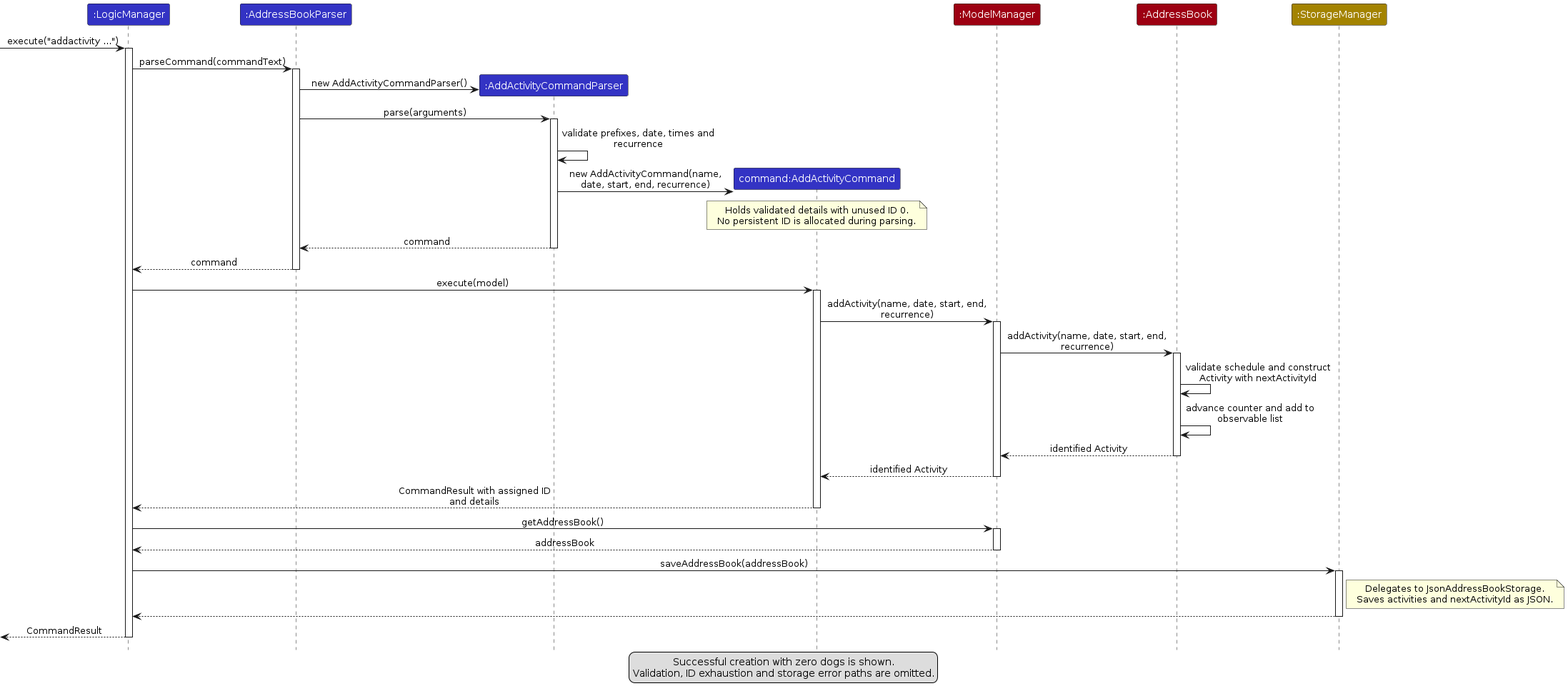
Earlier version of the PlantUML export diagrams/AddActivitySequenceDiagram.png (AY2627S1-CS2103T-T15-4/tp). Its source is kept beside it as diagrams/AddActivitySequenceDiagram.puml.
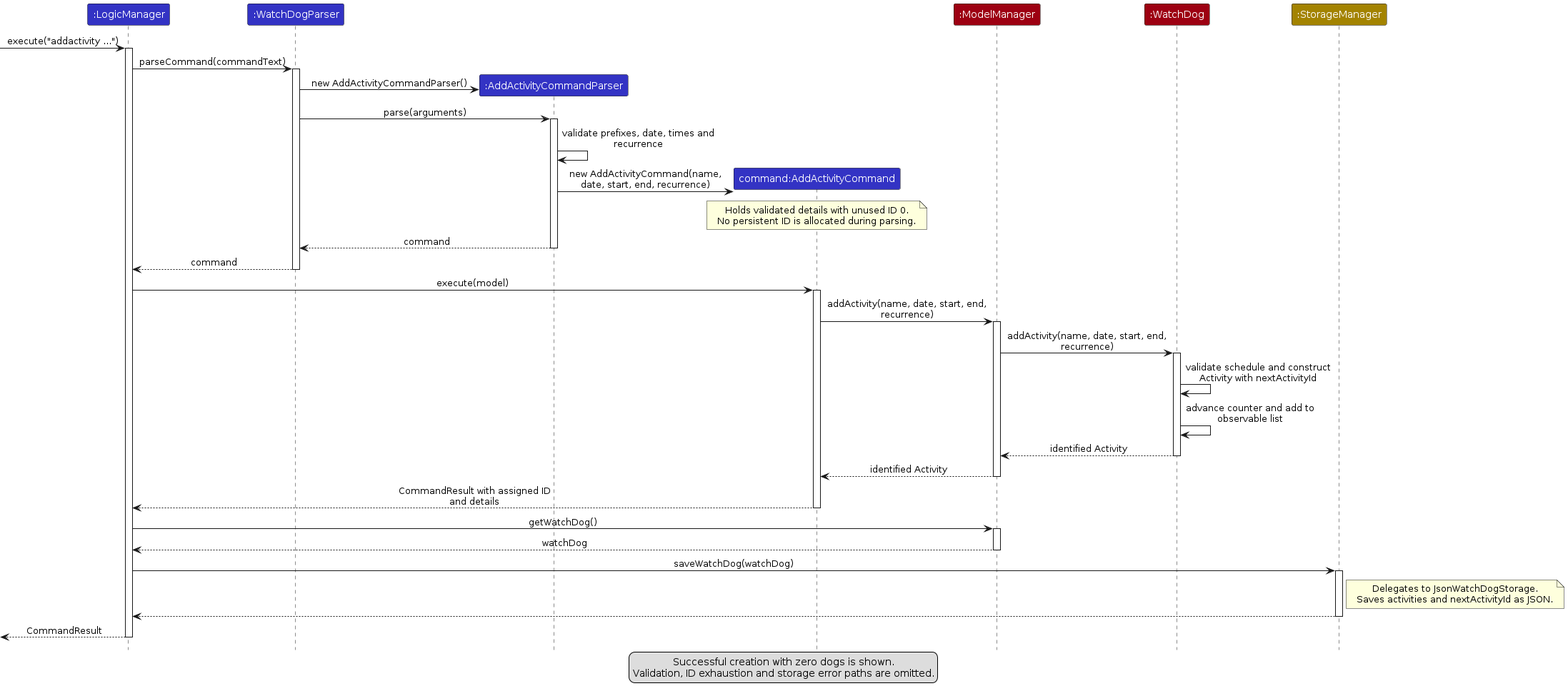
After the change.

Change to the diagram source:
```diff
@@ -5,11 +5,11 @@
 skinparam maxMessageSize 230
 
 participant ":LogicManager" as Logic LOGIC_COLOR
-participant ":AddressBookParser" as Router LOGIC_COLOR
+participant ":WatchDogParser" as Router LOGIC_COLOR
 participant ":AddActivityCommandParser" as Parser LOGIC_COLOR
 participant "command:AddActivityCommand" as Command LOGIC_COLOR
 participant ":ModelManager" as Model MODEL_COLOR
-participant ":AddressBook" as Book MODEL_COLOR
+participant ":WatchDog" as Book MODEL_COLOR
 participant ":StorageManager" as Storage STORAGE_COLOR
 
 [-> Logic : execute("addactivity ...")
@@ -47,14 +47,14 @@
 Command --> Logic : CommandResult with assigned ID and details
 deactivate Command
 
-Logic -> Model : getAddressBook()
+Logic -> Model : getWatchDog()
 activate Model
-Model --> Logic : addressBook
+Model --> Logic : watchDog
 deactivate Model
-Logic -> Storage : saveAddressBook(addressBook)
+Logic -> Storage : saveWatchDog(watchDog)
 activate Storage
 note right of Storage
-  Delegates to JsonAddressBookStorage.
+  Delegates to JsonWatchDogStorage.
   Saves activities and nextActivityId as JSON.
 end note
 Storage --> Logic
```
